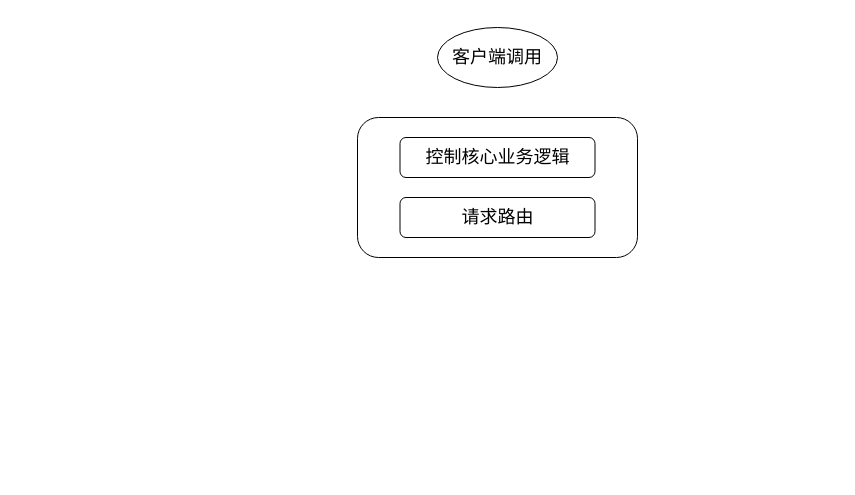
The draw.io diagram longpean/OpenFeignDemo.drawio in GitHeP/diagrams, before the edit. Source tidied: cells renumbered, new cells numbered last; positions are measured from the earlier drawing's top-left corner, leaving out a move shared by most shapes. Both pictures are drawn from the tidied source at 100%, with x=0, y=0 at pixel (357, 27).
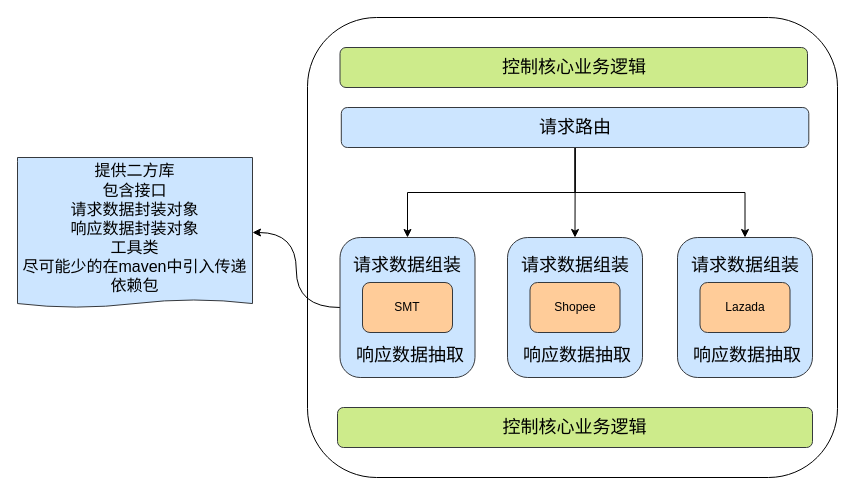
The same page after the edit.

Change to the diagram source:
```diff
@@
-    <mxCell id="2" value="&lt;font style=&quot;font-size: 18px;&quot;&gt;客户端调用&lt;/font&gt;" style="ellipse;whiteSpace=wrap;html=1;" parent="1" vertex="1">
-      <mxGeometry x="80" width="120" height="60" as="geometry" />
-    </mxCell>
     <mxCell id="3" style="rounded=1;whiteSpace=wrap;html=1;" parent="1" vertex="1">
-      <mxGeometry y="90" width="280" height="140" as="geometry" />
+      <mxGeometry x="-50" y="-10" width="530" height="460" as="geometry" />
     </mxCell>
-    <mxCell id="4" value="&lt;font style=&quot;font-size: 18px;&quot;&gt;控制核心业务逻辑&lt;/font&gt;" style="rounded=1;whiteSpace=wrap;html=1;" parent="1" vertex="1">
-      <mxGeometry x="42.5" y="110" width="195" height="40" as="geometry" />
+    <mxCell id="4" value="&lt;font style=&quot;font-size: 18px;&quot;&gt;控制核心业务逻辑&lt;/font&gt;" style="rounded=1;whiteSpace=wrap;html=1;fillColor=#cdeb8b;strokeColor=#36393d;" parent="1" vertex="1">
+      <mxGeometry x="-17.5" y="20" width="467.5" height="40" as="geometry" />
     </mxCell>
+    <mxCell id="6" style="edgeStyle=orthogonalEdgeStyle;rounded=0;jettySize=auto;html=1;" parent="1" edge="1" source="5" target="11">
+      <mxGeometry relative="1" as="geometry" />
+    </mxCell>
+    <mxCell id="7" style="edgeStyle=orthogonalEdgeStyle;rounded=0;jettySize=auto;html=1;entryX=0.5;entryY=0;entryDx=0;entryDy=0;" parent="1" edge="1" source="5" target="15">
+      <mxGeometry relative="1" as="geometry" />
+    </mxCell>
+    <mxCell id="8" style="edgeStyle=orthogonalEdgeStyle;rounded=0;jettySize=auto;html=1;entryX=0.5;entryY=0;entryDx=0;entryDy=0;" parent="1" edge="1" source="5" target="19">
+      <mxGeometry relative="1" as="geometry" />
+    </mxCell>
-    <mxCell id="5" value="&lt;font style=&quot;font-size: 18px;&quot;&gt;请求路由&lt;/font&gt;" style="rounded=1;whiteSpace=wrap;html=1;" parent="1" vertex="1">
-      <mxGeometry x="42.5" y="170" width="195" height="40" as="geometry" />
+    <mxCell id="5" value="&lt;font style=&quot;font-size: 18px;&quot;&gt;请求路由&lt;/font&gt;" style="rounded=1;whiteSpace=wrap;html=1;fillColor=#cce5ff;strokeColor=#36393d;" parent="1" vertex="1">
+      <mxGeometry x="-16.2" y="80" width="467.5" height="40" as="geometry" />
     </mxCell>
+    <mxCell id="9" value="&lt;font style=&quot;font-size: 18px;&quot;&gt;控制核心业务逻辑&lt;/font&gt;" style="rounded=1;whiteSpace=wrap;html=1;fillColor=#cdeb8b;strokeColor=#36393d;" parent="1" vertex="1">
+      <mxGeometry x="-20" y="380" width="475" height="40" as="geometry" />
+    </mxCell>
+    <mxCell id="10" style="edgeStyle=orthogonalEdgeStyle;jettySize=auto;html=1;curved=1;" parent="1" edge="1" source="11" target="23">
+      <mxGeometry relative="1" as="geometry" />
+    </mxCell>
+    <mxCell id="11" style="rounded=1;whiteSpace=wrap;html=1;fillColor=#cce5ff;strokeColor=#36393d;" parent="1" vertex="1">
+      <mxGeometry x="-17.5" y="210" width="135" height="140" as="geometry" />
+    </mxCell>
+    <mxCell id="12" value="SMT" style="rounded=1;whiteSpace=wrap;html=1;fillColor=#ffcc99;strokeColor=#36393d;" parent="1" vertex="1">
+      <mxGeometry x="5" y="255" width="90" height="50" as="geometry" />
+    </mxCell>
+    <mxCell id="13" value="&lt;font style=&quot;font-size: 18px;&quot;&gt;请求数据组装&lt;/font&gt;" style="text;html=1;strokeColor=none;fillColor=none;align=center;verticalAlign=middle;whiteSpace=wrap;rounded=0;" parent="1" vertex="1">
+      <mxGeometry x="-5" y="225" width="110" height="25" as="geometry" />
+    </mxCell>
+    <mxCell id="14" value="&lt;font style=&quot;font-size: 18px;&quot;&gt;响应数据抽取&lt;/font&gt;" style="text;html=1;strokeColor=none;fillColor=none;align=center;verticalAlign=middle;whiteSpace=wrap;rounded=0;" parent="1" vertex="1">
+      <mxGeometry x="-2.5" y="315" width="110" height="25" as="geometry" />
+    </mxCell>
+    <mxCell id="15" style="rounded=1;whiteSpace=wrap;html=1;fillColor=#cce5ff;strokeColor=#36393d;" parent="1" vertex="1">
+      <mxGeometry x="150" y="210" width="135" height="140" as="geometry" />
+    </mxCell>
+    <mxCell id="16" value="Shopee" style="rounded=1;whiteSpace=wrap;html=1;fillColor=#ffcc99;strokeColor=#36393d;" parent="1" vertex="1">
+      <mxGeometry x="172.5" y="255" width="90" height="50" as="geometry" />
+    </mxCell>
+    <mxCell id="17" value="&lt;font style=&quot;font-size: 18px;&quot;&gt;请求数据组装&lt;/font&gt;" style="text;html=1;strokeColor=none;fillColor=none;align=center;verticalAlign=middle;whiteSpace=wrap;rounded=0;" parent="1" vertex="1">
+      <mxGeometry x="162.5" y="225" width="110" height="25" as="geometry" />
+    </mxCell>
+    <mxCell id="18" value="&lt;font style=&quot;font-size: 18px;&quot;&gt;响应数据抽取&lt;/font&gt;" style="text;html=1;strokeColor=none;fillColor=none;align=center;verticalAlign=middle;whiteSpace=wrap;rounded=0;" parent="1" vertex="1">
+      <mxGeometry x="165" y="315" width="110" height="25" as="geometry" />
+    </mxCell>
+    <mxCell id="19" style="rounded=1;whiteSpace=wrap;html=1;fillColor=#cce5ff;strokeColor=#36393d;" parent="1" vertex="1">
+      <mxGeometry x="320" y="210" width="135" height="140" as="geometry" />
+    </mxCell>
+    <mxCell id="20" value="Lazada" style="rounded=1;whiteSpace=wrap;html=1;fillColor=#ffcc99;strokeColor=#36393d;" parent="1" vertex="1">
+      <mxGeometry x="342.5" y="255" width="90" height="50" as="geometry" />
+    </mxCell>
+    <mxCell id="21" value="&lt;font style=&quot;font-size: 18px;&quot;&gt;请求数据组装&lt;/font&gt;" style="text;html=1;strokeColor=none;fillColor=none;align=center;verticalAlign=middle;whiteSpace=wrap;rounded=0;" parent="1" vertex="1">
+      <mxGeometry x="332.5" y="225" width="110" height="25" as="geometry" />
+    </mxCell>
+    <mxCell id="22" value="&lt;font style=&quot;font-size: 18px;&quot;&gt;响应数据抽取&lt;/font&gt;" style="text;html=1;strokeColor=none;fillColor=none;align=center;verticalAlign=middle;whiteSpace=wrap;rounded=0;" parent="1" vertex="1">
+      <mxGeometry x="335" y="315" width="110" height="25" as="geometry" />
+    </mxCell>
+    <mxCell id="23" value="&lt;font style=&quot;font-size: 16px;&quot;&gt;提供二方库&lt;br style=&quot;border-color: var(--border-color);&quot;&gt;包含接口&lt;br style=&quot;border-color: var(--border-color);&quot;&gt;请求数据封装对象&lt;br style=&quot;border-color: var(--border-color);&quot;&gt;响应数据封装对象&lt;br style=&quot;border-color: var(--border-color);&quot;&gt;工具类&lt;br style=&quot;border-color: var(--border-color);&quot;&gt;尽可能少的在maven中引入传递依赖包&lt;/font&gt;" style="shape=document;whiteSpace=wrap;html=1;boundedLbl=1;fillColor=#cce5ff;strokeColor=#36393d;rounded=1;size=0.05263157894736842;" parent="1" vertex="1">
+      <mxGeometry x="-340" y="130" width="235" height="150" as="geometry" />
+    </mxCell>
```
